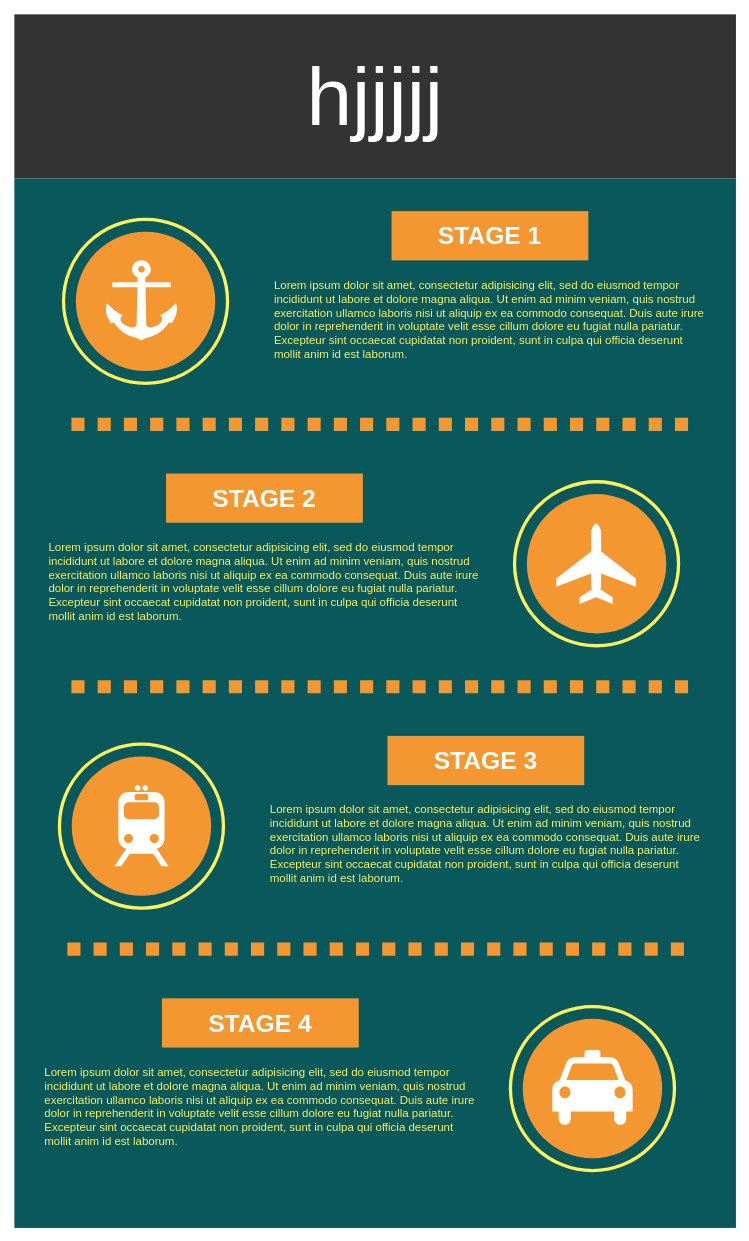
Before: Untitled Diagram.drawio in lucasdreger/diagrams, a draw.io diagram. Source tidied: cells renumbered, new cells numbered last; positions are measured from the earlier drawing's top-left corner, leaving out a move shared by most shapes. Both pictures are drawn from the tidied source at 82%, with x=0, y=0 at pixel (14, 14).
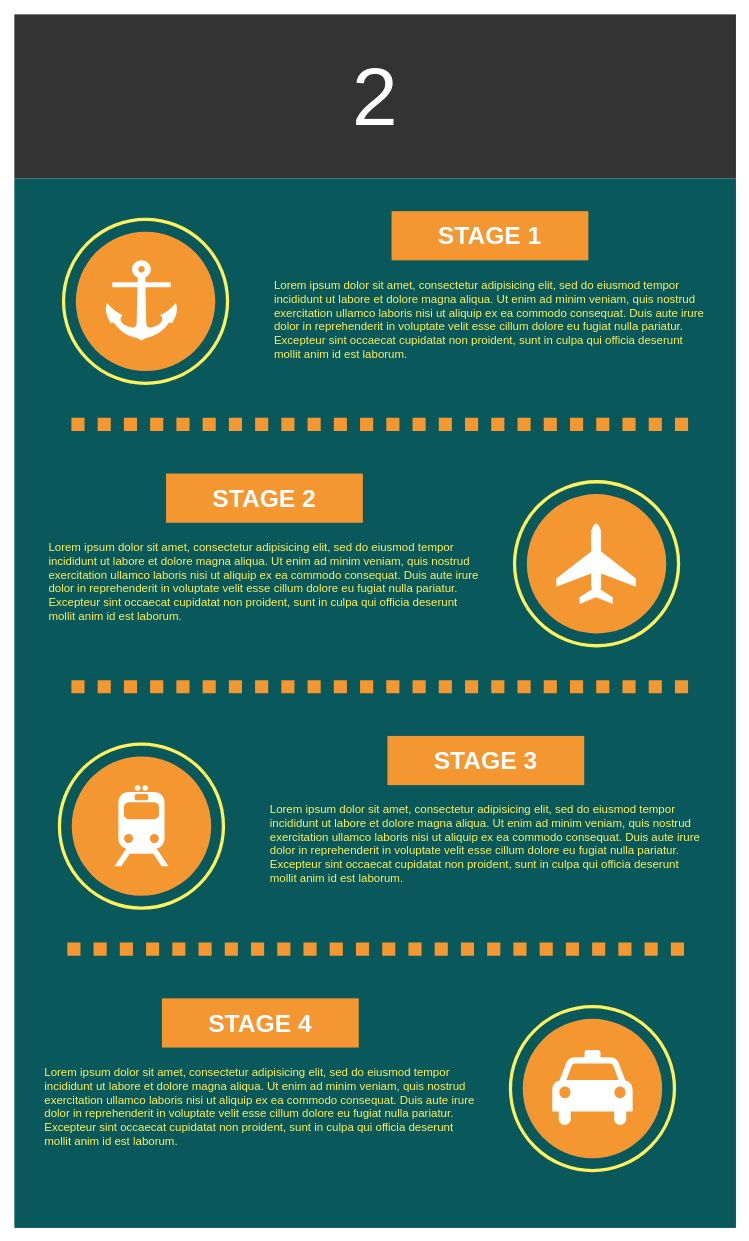
The same diagram, later.

The edit, as a diff of the source:
```diff
@@
-    <mxCell id="3" value="hjjjjj" style="whiteSpace=wrap;html=1;rounded=0;shadow=0;dashed=0;strokeColor=none;strokeWidth=4;fillColor=#333333;gradientColor=none;fontFamily=Helvetica;fontSize=100;fontColor=#FFFFFF;align=center;" parent="1" vertex="1">
+    <mxCell id="3" value="2" style="whiteSpace=wrap;html=1;rounded=0;shadow=0;dashed=0;strokeColor=none;strokeWidth=4;fillColor=#333333;gradientColor=none;fontFamily=Helvetica;fontSize=100;fontColor=#FFFFFF;align=center;" parent="1" vertex="1">
       <mxGeometry width="880" height="200" as="geometry" />
     </mxCell>
```
